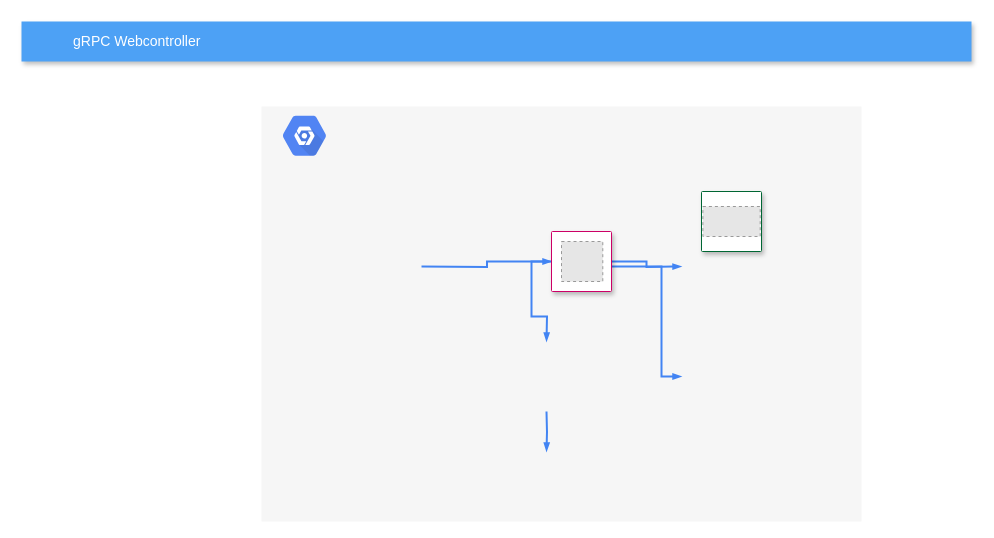
This is gRPC Envoy.drawio from josephlim75/technologies, a draw.io file, before an edit. Source tidied: cells renumbered, new cells numbered last; positions are measured from the earlier drawing's top-left corner, leaving out a move shared by most shapes. Both pictures are drawn from the tidied source at 100%, with x=0, y=0 at pixel (21, 21). Pictures stored in the file or linked from it are replaced by grey dashed boxes.
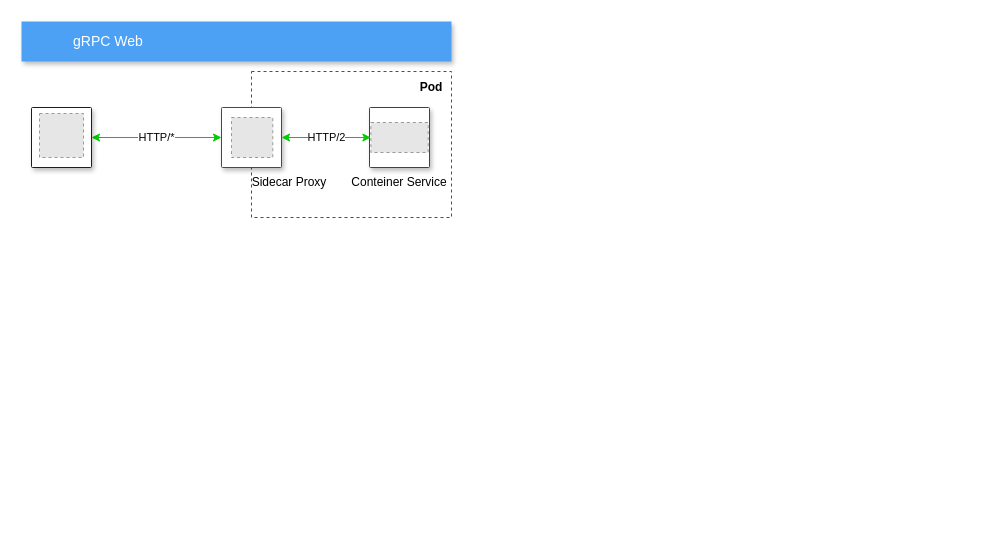
Above is the later version.

The change refers to these unchanged cells:
```xml
<mxCell id="11" style="fillColor=#E6E6E6;strokeColor=#999999;dashed=1;verticalLabelPosition=bottom;labelBackgroundColor=#ffffff;verticalAlign=top;" parent="9" vertex="1">
  <mxGeometry x="1.4" y="15" width="57.3" height="30" as="geometry" />
</mxCell>
<mxCell id="13" style="strokeColor=#CC0066;fillColor=#ffffff;shadow=1;strokeWidth=1;rounded=1;absoluteArcSize=1;arcSize=2;fontSize=10;fontColor=#9E9E9E;align=left;html=1;" parent="12" vertex="1">
  <mxGeometry width="60" height="60" as="geometry" />
</mxCell>
```

Diff of the diagram source:
```diff
@@
-    <mxCell id="2" style="fillColor=#F6F6F6;strokeColor=none;shadow=0;gradientColor=none;fontSize=14;align=left;spacing=10;fontColor=#717171;9E9E9E;verticalAlign=top;spacingTop=-4;fontStyle=0;spacingLeft=40;html=1;" parent="1" vertex="1">
-      <mxGeometry x="240" y="85" width="600" height="415" as="geometry" />
-    </mxCell>
+    <mxCell id="16" style="fillColor=none;strokeColor=#4D4D4D;shadow=0;gradientColor=none;fontSize=14;align=left;spacing=10;fontColor=#717171;9E9E9E;verticalAlign=top;spacingTop=-4;fontStyle=0;spacingLeft=40;html=1;dashed=1;" parent="1" vertex="1">
+      <mxGeometry x="230" y="50" width="200" height="146" as="geometry" />
+    </mxCell>
-    <mxCell id="3" value="gRPC Webcontroller" style="fillColor=#4DA1F5;strokeColor=none;shadow=1;gradientColor=none;fontSize=14;align=left;spacingLeft=50;fontColor=#ffffff;html=1;" parent="1" vertex="1">
-      <mxGeometry width="950" height="40" as="geometry" />
+    <mxCell id="3" value="gRPC Web" style="fillColor=#4DA1F5;strokeColor=none;shadow=1;gradientColor=none;fontSize=14;align=left;spacingLeft=50;fontColor=#ffffff;html=1;" parent="1" vertex="1">
+      <mxGeometry width="430" height="40" as="geometry" />
     </mxCell>
-    <mxCell id="4" style="edgeStyle=orthogonalEdgeStyle;rounded=0;html=1;labelBackgroundColor=none;startFill=1;startSize=4;endArrow=blockThin;endFill=1;endSize=4;jettySize=auto;strokeColor=#4284F3;strokeWidth=2;fontSize=12;fontColor=#000000;align=center;dashed=0;" parent="1" edge="1" source="13">
-      <mxGeometry relative="1" as="geometry">
-        <mxPoint x="660" y="245" as="targetPoint" />
-      </mxGeometry>
-    </mxCell>
-    <mxCell id="5" style="edgeStyle=orthogonalEdgeStyle;rounded=0;html=1;labelBackgroundColor=none;startFill=1;startSize=4;endArrow=blockThin;endFill=1;endSize=4;jettySize=auto;strokeColor=#4284F3;strokeWidth=2;fontSize=12;fontColor=#000000;align=center;dashed=0;" parent="1" edge="1" source="13">
-      <mxGeometry relative="1" as="geometry">
-        <mxPoint x="660" y="355" as="targetPoint" />
-        <Array as="points">
-          <mxPoint x="640" y="245" />
-          <mxPoint x="640" y="355" />
-        </Array>
-      </mxGeometry>
-    </mxCell>
-    <mxCell id="6" style="edgeStyle=orthogonalEdgeStyle;rounded=0;html=1;labelBackgroundColor=none;startFill=1;startSize=4;endArrow=blockThin;endFill=1;endSize=4;jettySize=auto;strokeColor=#4284F3;strokeWidth=2;fontSize=12;fontColor=#000000;align=center;dashed=0;" parent="1" edge="1" source="13">
-      <mxGeometry relative="1" as="geometry">
-        <mxPoint x="525" y="320" as="targetPoint" />
-      </mxGeometry>
-    </mxCell>
-    <mxCell id="7" style="edgeStyle=orthogonalEdgeStyle;rounded=0;html=1;labelBackgroundColor=none;startFill=1;startSize=4;endArrow=blockThin;endFill=1;endSize=4;jettySize=auto;strokeColor=#4284F3;strokeWidth=2;fontSize=12;fontColor=#000000;align=center;dashed=0;" parent="1" edge="1" target="13">
-      <mxGeometry relative="1" as="geometry">
-        <mxPoint x="400" y="245" as="sourcePoint" />
-      </mxGeometry>
-    </mxCell>
-    <mxCell id="8" style="edgeStyle=orthogonalEdgeStyle;rounded=0;html=1;labelBackgroundColor=none;startFill=1;startSize=4;endArrow=blockThin;endFill=1;endSize=4;jettySize=auto;orthogonalLoop=1;strokeColor=#4284F3;strokeWidth=2;fontSize=12;fontColor=#000000;align=center;dashed=0;" parent="1" edge="1">
-      <mxGeometry relative="1" as="geometry">
-        <mxPoint x="525" y="390" as="sourcePoint" />
-        <mxPoint x="525" y="430" as="targetPoint" />
-      </mxGeometry>
-    </mxCell>
     <mxCell id="9" style="group;" parent="1" vertex="1">
-      <mxGeometry x="680" y="170" width="60" height="60" as="geometry" />
+      <mxGeometry x="348" y="86" width="60" height="60" as="geometry" />
     </mxCell>
@@
     <mxCell id="12" style="group;" parent="1" vertex="1">
-      <mxGeometry x="530" y="210" width="60" height="60" as="geometry" />
+      <mxGeometry x="200" y="86" width="60" height="60" as="geometry" />
     </mxCell>
@@
-    <mxCell id="15" style="html=1;fillColor=#5184F3;strokeColor=none;verticalAlign=top;labelPosition=center;verticalLabelPosition=bottom;align=center;spacingTop=-6;fontSize=11;fontStyle=1;fontColor=#999999;shape=mxgraph.gcp2.hexIcon;prIcon=placeholder;" parent="1" vertex="1">
-      <mxGeometry x="250" y="85" width="66" height="58.5" as="geometry" />
-    </mxCell>
+    <mxCell id="17" value="Sidecar Proxy" style="text;html=1;strokeColor=none;fillColor=none;align=center;verticalAlign=middle;whiteSpace=wrap;rounded=0;" parent="1" vertex="1">
+      <mxGeometry x="213" y="156" width="110" height="10" as="geometry" />
+    </mxCell>
+    <mxCell id="18" value="Conteiner Service" style="text;html=1;strokeColor=none;fillColor=none;align=center;verticalAlign=middle;whiteSpace=wrap;rounded=0;" parent="1" vertex="1">
+      <mxGeometry x="323" y="156" width="110" height="10" as="geometry" />
+    </mxCell>
+    <mxCell id="19" value="Pod" style="text;html=1;strokeColor=none;fillColor=none;align=center;verticalAlign=middle;whiteSpace=wrap;rounded=0;dashed=1;fontStyle=1;" parent="1" vertex="1">
+      <mxGeometry x="390" y="56" width="40" height="20" as="geometry" />
+    </mxCell>
+    <mxCell id="20" value="HTTP/2" style="endArrow=classic;startArrow=classic;html=1;entryX=0;entryY=0.5;entryDx=0;entryDy=0;exitX=1;exitY=0.5;exitDx=0;exitDy=0;strokeColor=#00CC00;" parent="1" edge="1" source="13" target="11">
+      <mxGeometry relative="1" as="geometry" />
+    </mxCell>
+    <mxCell id="21" value="HTTP/*" style="endArrow=classic;startArrow=classic;html=1;entryX=0;entryY=0.5;entryDx=0;entryDy=0;exitX=1;exitY=0.5;exitDx=0;exitDy=0;strokeColor=#00CC00;" parent="1" edge="1" source="24" target="13">
+      <mxGeometry relative="1" as="geometry" />
+    </mxCell>
+    <mxCell id="22" style="group;" parent="1" vertex="1">
+      <mxGeometry x="10" y="86" width="60" height="60" as="geometry" />
+    </mxCell>
+    <mxCell id="23" style="group;" parent="22" vertex="1">
+      <mxGeometry width="60" height="60" as="geometry" />
+    </mxCell>
+    <mxCell id="24" style="strokeColor=#0000FF;fillColor=#ffffff;shadow=1;strokeWidth=1;rounded=1;absoluteArcSize=1;arcSize=2;fontSize=10;fontColor=#9E9E9E;align=left;html=1;" parent="23" vertex="1">
+      <mxGeometry width="60" height="60" as="geometry" />
+    </mxCell>
+    <mxCell id="25" style="fillColor=#E6E6E6;strokeColor=#999999;dashed=1;html=1;verticalAlign=top;verticalLabelPosition=bottom;labelBackgroundColor=#ffffff;" parent="23" vertex="1">
+      <mxGeometry x="8" y="6" width="44" height="44" as="geometry" />
+    </mxCell>
```
